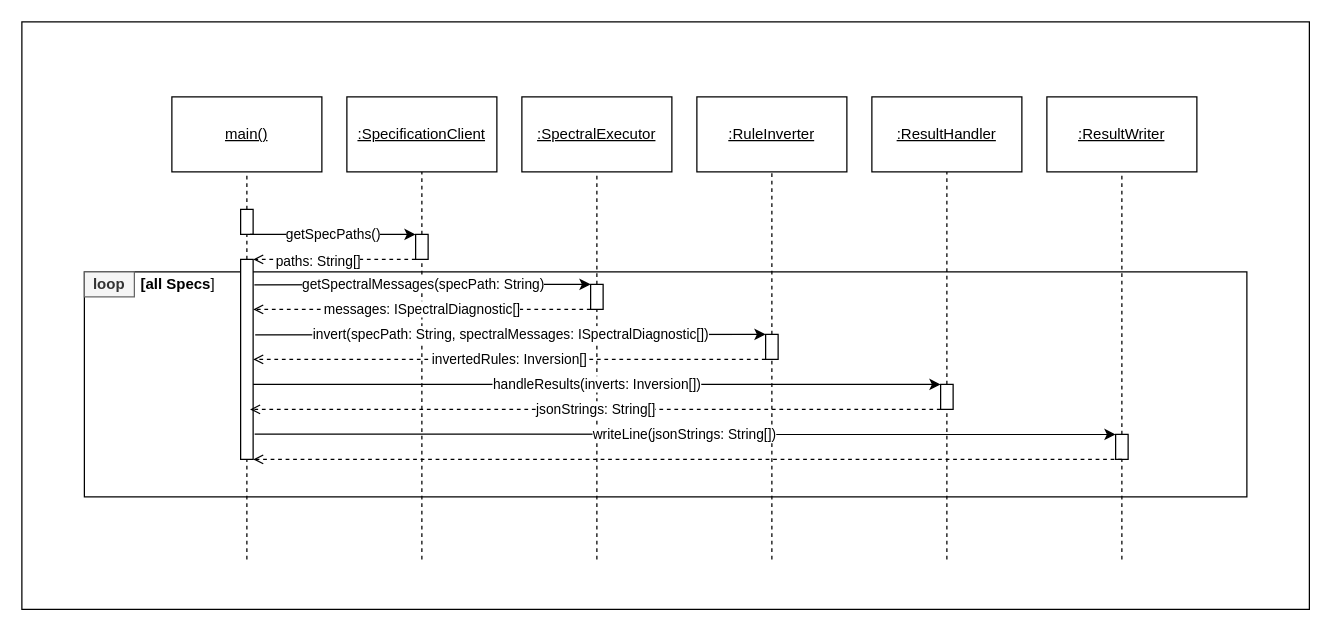
Above: requirements/diagram/runtimeview.drawio in paulbrenker/thesis (draw.io), before the change. Source tidied: cells renumbered, new cells numbered last; positions are measured from the earlier drawing's top-left corner, leaving out a move shared by most shapes. Both pictures are drawn from the tidied source at 125%, with x=0, y=0 at pixel (21, 21).
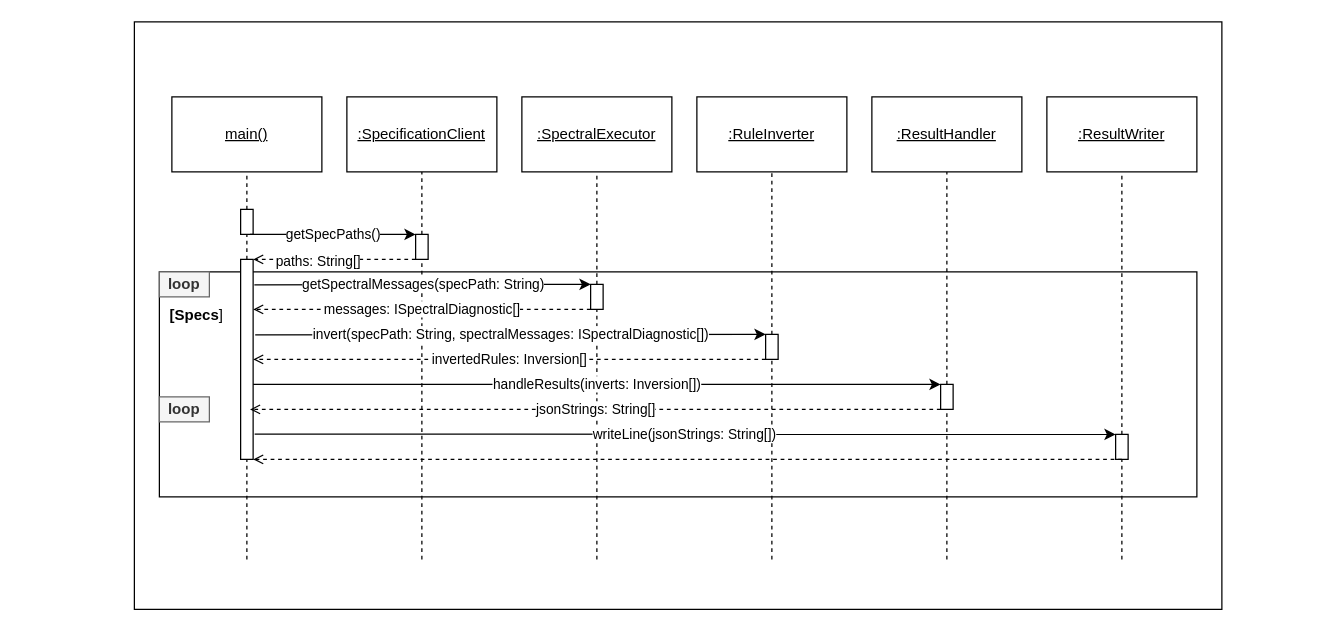
Above is the later version.

Change to the diagram source:
```diff
@@
     <mxCell id="2" style="rounded=0;whiteSpace=wrap;html=1;" parent="1" vertex="1">
-      <mxGeometry width="1030" height="470" as="geometry" />
+      <mxGeometry x="90" width="870" height="470" as="geometry" />
     </mxCell>
     <mxCell id="3" style="rounded=0;whiteSpace=wrap;html=1;" parent="1" vertex="1">
-      <mxGeometry x="50" y="200" width="930" height="180" as="geometry" />
+      <mxGeometry x="110" y="200" width="830" height="180" as="geometry" />
     </mxCell>
@@
     <mxCell id="43" value="&lt;b&gt;loop&lt;/b&gt;" style="rounded=0;whiteSpace=wrap;html=1;fillColor=#f5f5f5;fontColor=#333333;strokeColor=#666666;" parent="1" vertex="1">
-      <mxGeometry x="50" y="200" width="40" height="20" as="geometry" />
+      <mxGeometry x="110" y="200" width="40" height="20" as="geometry" />
     </mxCell>
-    <mxCell id="44" value="&lt;b&gt;[all Specs&lt;/b&gt;]" style="text;html=1;strokeColor=none;fillColor=none;align=center;verticalAlign=middle;whiteSpace=wrap;rounded=0;" parent="1" vertex="1">
-      <mxGeometry x="90" y="200" width="70" height="20" as="geometry" />
+    <mxCell id="44" value="&lt;b&gt;[Specs&lt;/b&gt;]" style="text;html=1;strokeColor=none;fillColor=none;align=center;verticalAlign=middle;whiteSpace=wrap;rounded=0;" parent="1" vertex="1">
+      <mxGeometry x="105" y="225" width="70" height="20" as="geometry" />
     </mxCell>
+    <mxCell id="45" value="&lt;b&gt;loop&lt;/b&gt;" style="rounded=0;whiteSpace=wrap;html=1;fillColor=#f5f5f5;fontColor=#333333;strokeColor=#666666;" parent="1" vertex="1">
+      <mxGeometry x="110" y="300" width="40" height="20" as="geometry" />
+    </mxCell>
```
